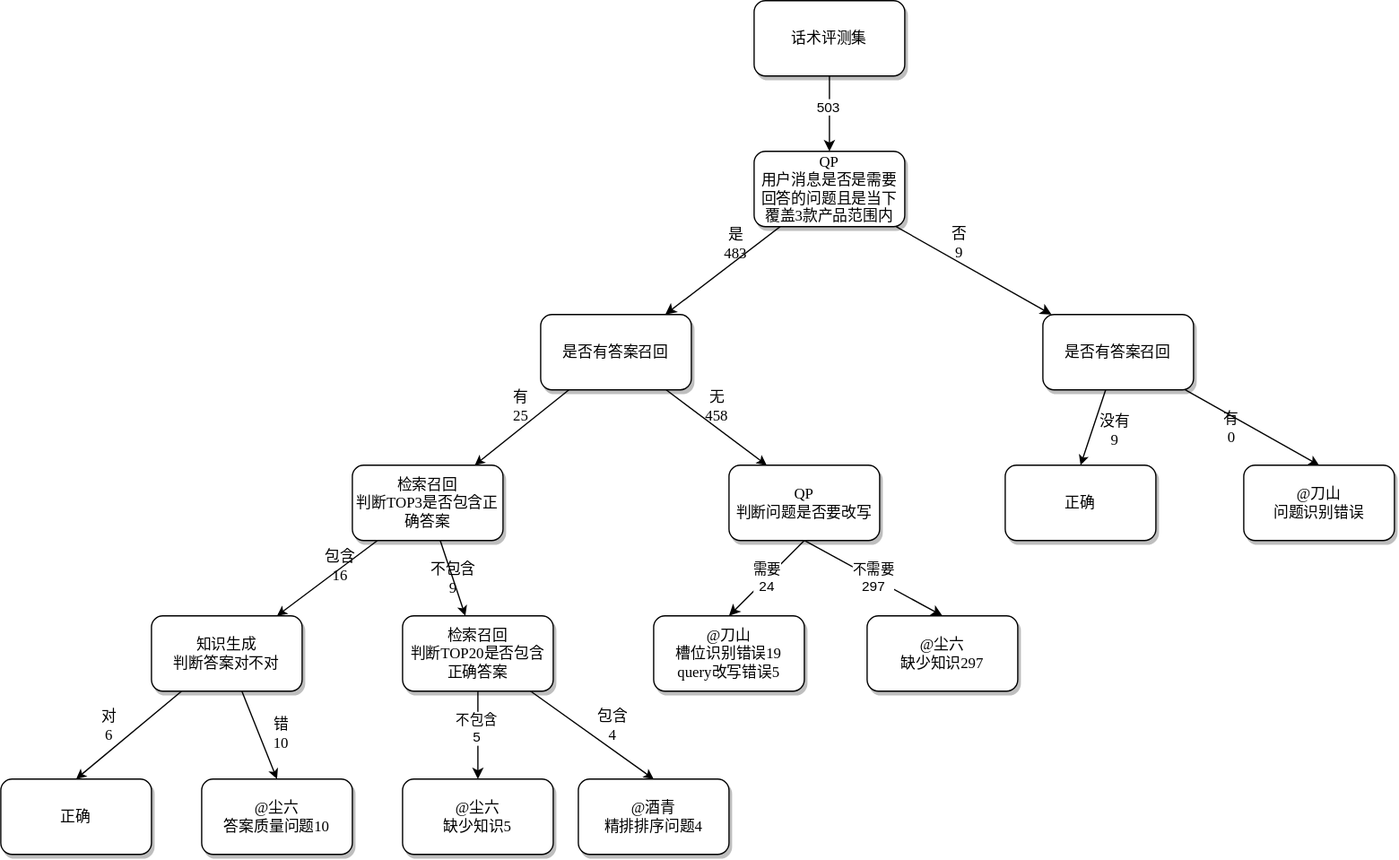
This is src/main/resources/未命名绘图.drawio.svg from gcaiwl/fundtest, a draw.io export, as it was before one commit. Source tidied: cells renumbered, new cells last; positions are measured from the earlier drawing's top-left corner, leaving out a move shared by most shapes.
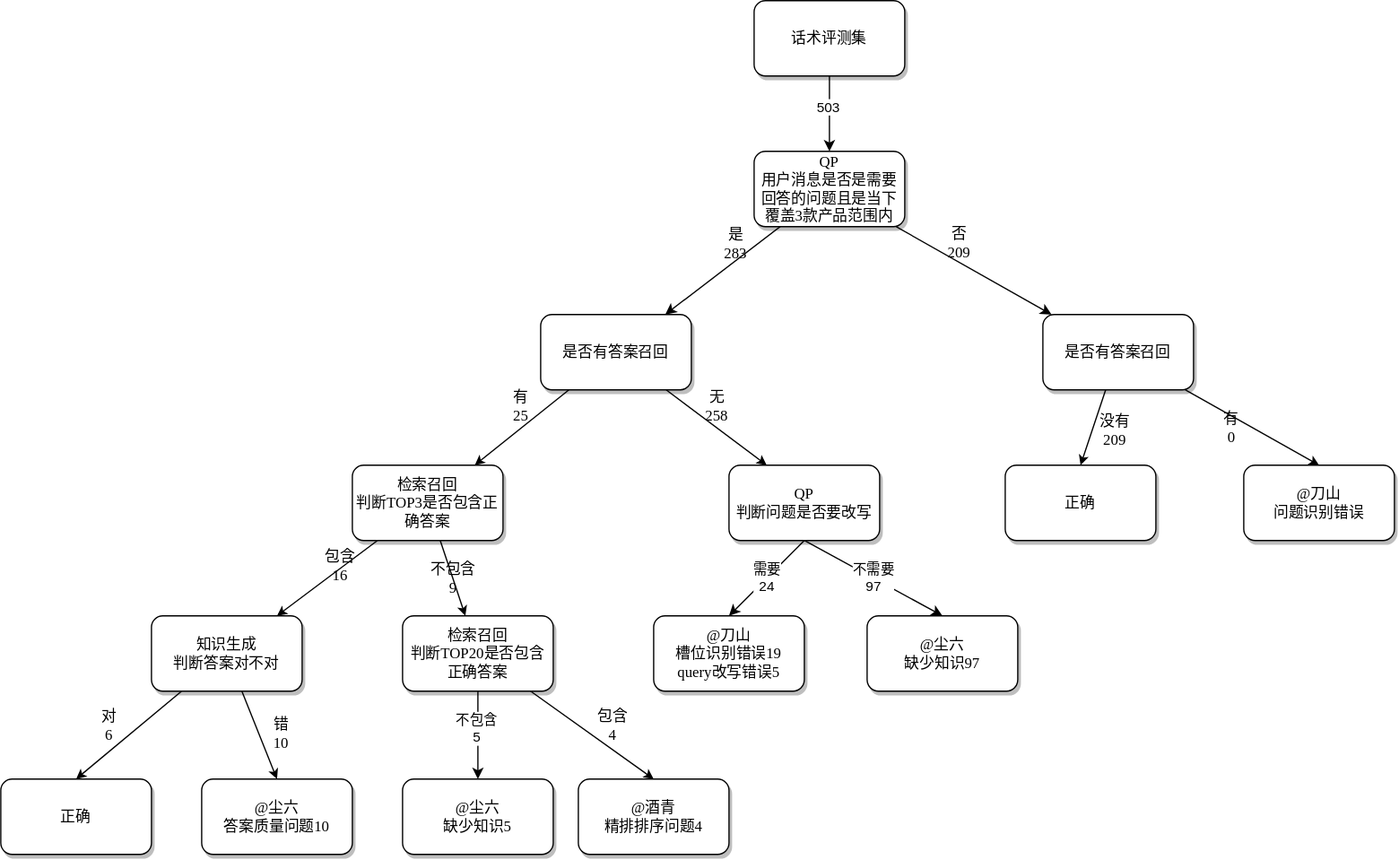
Above is the later version.

Commit message:
更新未命名绘图.drawio.svg

Diff of the diagram source:
```diff
@@ -11,10 +11,10 @@
     <mxCell id="4" value="是否有答案召回" style="whiteSpace=wrap;html=1;rounded=1;shadow=1;labelBackgroundColor=none;strokeWidth=1;fontFamily=Verdana;fontSize=12;align=center;" parent="1" vertex="1">
       <mxGeometry x="830" y="250" width="120" height="60" as="geometry" />
     </mxCell>
-    <mxCell id="5" value="否&lt;br&gt;9" style="rounded=0;html=1;labelBackgroundColor=none;startArrow=none;startFill=0;endArrow=classic;endFill=1;jettySize=auto;strokeWidth=1;fontFamily=Verdana;fontSize=12;" parent="1" edge="1" source="2" target="4">
+    <mxCell id="5" value="否&lt;br&gt;209" style="rounded=0;html=1;labelBackgroundColor=none;startArrow=none;startFill=0;endArrow=classic;endFill=1;jettySize=auto;strokeWidth=1;fontFamily=Verdana;fontSize=12;" parent="1" edge="1" source="2" target="4">
       <mxGeometry x="-0.3" y="13" relative="1" as="geometry" />
     </mxCell>
-    <mxCell id="6" value="是&lt;br&gt;483" style="rounded=0;html=1;labelBackgroundColor=none;startArrow=none;startFill=0;endArrow=classic;endFill=1;jettySize=auto;strokeWidth=1;fontFamily=Verdana;fontSize=12;" parent="1" edge="1" source="2" target="3">
+    <mxCell id="6" value="是&lt;br&gt;283" style="rounded=0;html=1;labelBackgroundColor=none;startArrow=none;startFill=0;endArrow=classic;endFill=1;jettySize=auto;strokeWidth=1;fontFamily=Verdana;fontSize=12;" parent="1" edge="1" source="2" target="3">
       <mxGeometry x="-0.36" y="-11" relative="1" as="geometry" />
     </mxCell>
     <mxCell id="7" value="&lt;span&gt;检索召回&lt;br&gt;判断TOP3是否包含正确答案&lt;/span&gt;" style="whiteSpace=wrap;html=1;rounded=1;shadow=1;labelBackgroundColor=none;strokeWidth=1;fontFamily=Verdana;fontSize=12;align=center;" parent="1" vertex="1">
@@ -38,13 +38,13 @@
     <mxCell id="13" value="有&lt;br&gt;25" style="rounded=0;html=1;labelBackgroundColor=none;startArrow=none;startFill=0;startSize=5;endArrow=classic;endFill=1;endSize=5;jettySize=auto;strokeWidth=1;fontFamily=Verdana;fontSize=12;" parent="1" edge="1" source="3" target="7">
       <mxGeometry x="-0.2" y="-14" relative="1" as="geometry" />
     </mxCell>
-    <mxCell id="14" value="无&lt;br&gt;458" style="rounded=0;html=1;labelBackgroundColor=none;startArrow=none;startFill=0;startSize=5;endArrow=classic;endFill=1;endSize=5;jettySize=auto;strokeWidth=1;fontFamily=Verdana;fontSize=12;entryX=0.25;entryY=0;entryDx=0;entryDy=0;" parent="1" edge="1" source="3" target="8">
+    <mxCell id="14" value="无&lt;br&gt;258" style="rounded=0;html=1;labelBackgroundColor=none;startArrow=none;startFill=0;startSize=5;endArrow=classic;endFill=1;endSize=5;jettySize=auto;strokeWidth=1;fontFamily=Verdana;fontSize=12;entryX=0.25;entryY=0;entryDx=0;entryDy=0;" parent="1" edge="1" source="3" target="8">
       <mxGeometry x="-0.2" y="14" relative="1" as="geometry" />
     </mxCell>
     <mxCell id="15" value="有&lt;br&gt;0" style="rounded=0;html=1;labelBackgroundColor=none;startArrow=none;startFill=0;startSize=5;endArrow=classic;endFill=1;endSize=5;jettySize=auto;strokeWidth=1;fontFamily=Verdana;fontSize=12;entryX=0.5;entryY=0;entryDx=0;entryDy=0;" parent="1" edge="1" source="4" target="22">
       <mxGeometry x="-0.24" y="-8" relative="1" as="geometry" />
     </mxCell>
-    <mxCell id="16" value="没有&lt;br&gt;9" style="rounded=0;html=1;labelBackgroundColor=none;startArrow=none;startFill=0;startSize=5;endArrow=classic;endFill=1;endSize=5;jettySize=auto;strokeWidth=1;fontFamily=Verdana;fontSize=12;entryX=0.5;entryY=0;entryDx=0;entryDy=0;" parent="1" edge="1" source="4" target="23">
+    <mxCell id="16" value="没有&lt;br&gt;209" style="rounded=0;html=1;labelBackgroundColor=none;startArrow=none;startFill=0;startSize=5;endArrow=classic;endFill=1;endSize=5;jettySize=auto;strokeWidth=1;fontFamily=Verdana;fontSize=12;entryX=0.5;entryY=0;entryDx=0;entryDy=0;" parent="1" edge="1" source="4" target="23">
       <mxGeometry x="-0.13" y="17" relative="1" as="geometry" />
     </mxCell>
     <mxCell id="17" value="包含&lt;br&gt;16" style="rounded=0;html=1;labelBackgroundColor=none;startArrow=none;startFill=0;startSize=5;endArrow=classic;endFill=1;endSize=5;jettySize=auto;strokeWidth=1;fontFamily=Verdana;fontSize=12;" parent="1" edge="1" source="7" target="9">
@@ -86,7 +86,7 @@
     <mxCell id="29" value="@酒青&lt;br&gt;精排排序问题4" style="whiteSpace=wrap;html=1;rounded=1;shadow=1;labelBackgroundColor=none;strokeWidth=1;fontFamily=Verdana;fontSize=12;align=center;" parent="1" vertex="1">
       <mxGeometry x="460" y="620" width="120" height="60" as="geometry" />
     </mxCell>
-    <mxCell id="30" value="@尘六&lt;br&gt;缺少知识297" style="whiteSpace=wrap;html=1;rounded=1;shadow=1;labelBackgroundColor=none;strokeWidth=1;fontFamily=Verdana;fontSize=12;align=center;" parent="1" vertex="1">
+    <mxCell id="30" value="@尘六&lt;br&gt;缺少知识97" style="whiteSpace=wrap;html=1;rounded=1;shadow=1;labelBackgroundColor=none;strokeWidth=1;fontFamily=Verdana;fontSize=12;align=center;" parent="1" vertex="1">
       <mxGeometry x="690" y="490" width="120" height="60" as="geometry" />
     </mxCell>
     <mxCell id="31" value="&lt;span&gt;@刀山&lt;br&gt;槽位识别错误19&lt;br&gt;query改写错误5&lt;br&gt;&lt;/span&gt;" style="whiteSpace=wrap;html=1;rounded=1;shadow=1;labelBackgroundColor=none;strokeWidth=1;fontFamily=Verdana;fontSize=12;align=center;" parent="1" vertex="1">
@@ -95,7 +95,7 @@
     <mxCell id="32" value="需要&lt;br&gt;24" style="endArrow=classic;html=1;rounded=0;entryX=0.5;entryY=0;entryDx=0;entryDy=0;exitX=0.5;exitY=1;exitDx=0;exitDy=0;" parent="1" edge="1" source="8" target="31">
       <mxGeometry relative="1" as="geometry" />
     </mxCell>
-    <mxCell id="33" value="不需要&lt;br&gt;297" style="endArrow=classic;html=1;rounded=0;entryX=0.5;entryY=0;entryDx=0;entryDy=0;exitX=0.5;exitY=1;exitDx=0;exitDy=0;" parent="1" edge="1" source="8" target="30">
+    <mxCell id="33" value="不需要&lt;br&gt;97" style="endArrow=classic;html=1;rounded=0;entryX=0.5;entryY=0;entryDx=0;entryDy=0;exitX=0.5;exitY=1;exitDx=0;exitDy=0;" parent="1" edge="1" source="8" target="30">
       <mxGeometry relative="1" as="geometry" />
     </mxCell>
     <mxCell id="34" value="@尘六&lt;br&gt;缺少知识5" style="whiteSpace=wrap;html=1;rounded=1;shadow=1;labelBackgroundColor=none;strokeWidth=1;fontFamily=Verdana;fontSize=12;align=center;" parent="1" vertex="1">
```
